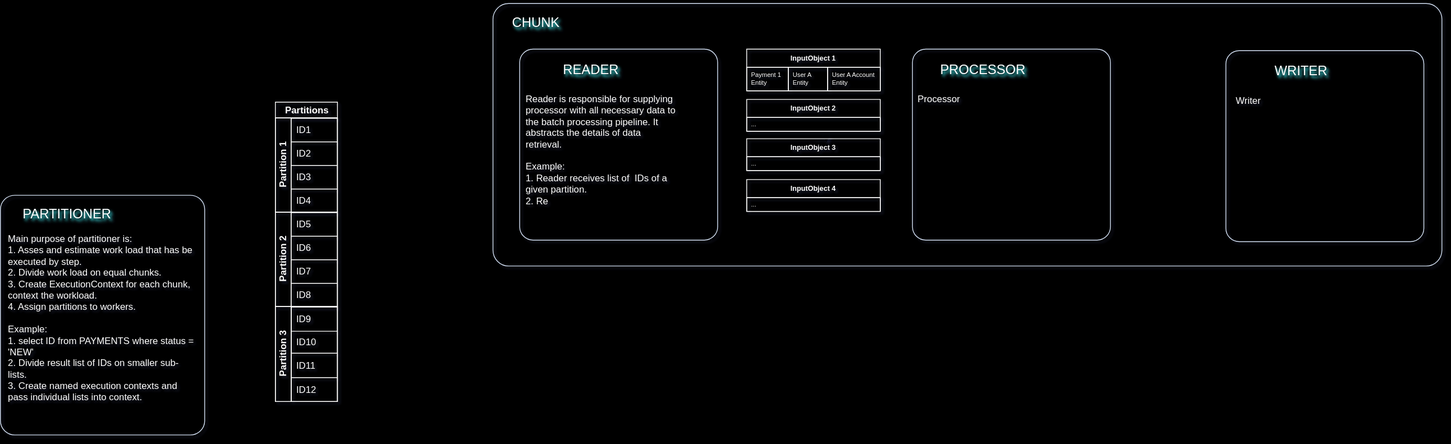
This is public/images/spring-batch-data-flow.drawio.svg from gsaukov/spring-batch-demo, a draw.io export, as it was before one commit. Source tidied: cells renumbered, new cells last; positions are measured from the earlier drawing's top-left corner, leaving out a move shared by most shapes.
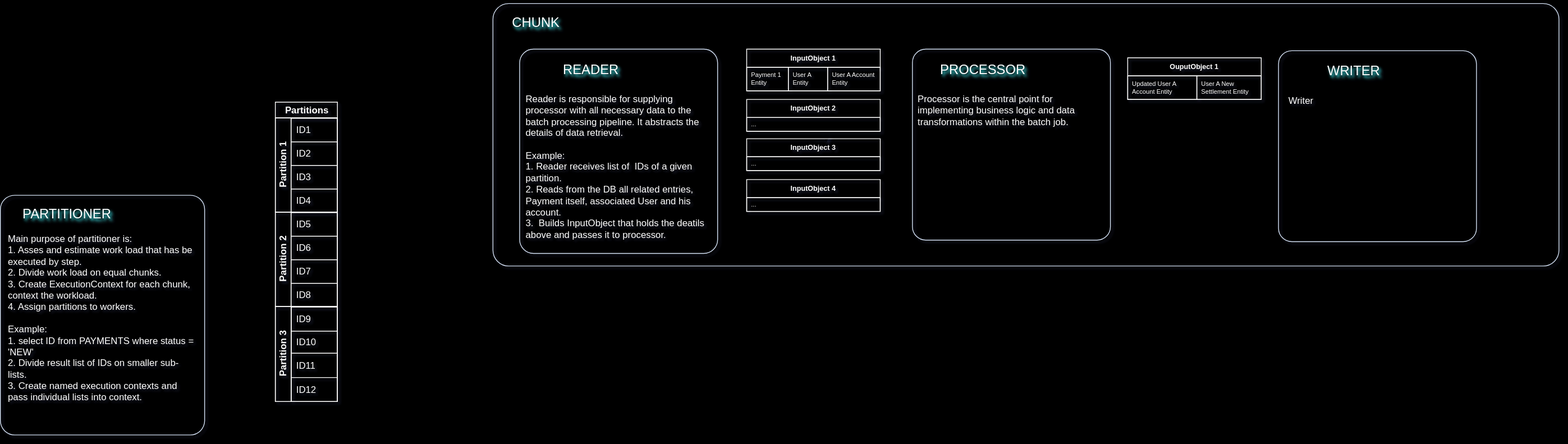
The same diagram one commit later.

The edit, as a diff of the source:
```diff
@@ -2,8 +2,11 @@
   <root>
     <mxCell id="0" />
     <mxCell id="1" parent="0" />
+    <mxCell id="25" style="rounded=1;whiteSpace=wrap;html=1;shadow=0;arcSize=7;fillColor=none;glass=0;perimeterSpacing=0;labelBorderColor=none;shadowOffsetX=2;shadowOpacity=80;shadowColor=#33FFFF;strokeColor=#D4E1F5;strokeWidth=1;shadowBlur=1;shadowOffsetY=2;" parent="1" vertex="1">
+      <mxGeometry x="1161" y="58" width="252" height="243" as="geometry" />
+    </mxCell>
     <mxCell id="2" style="rounded=1;whiteSpace=wrap;html=1;shadow=0;arcSize=6;fillColor=none;glass=0;perimeterSpacing=0;labelBorderColor=none;shadowOffsetX=2;shadowOpacity=80;shadowColor=#33FFFF;strokeColor=#D4E1F5;strokeWidth=1;shadowBlur=1;" parent="1" vertex="1">
-      <mxGeometry x="627" width="1208" height="334" as="geometry" />
+      <mxGeometry x="627" width="1357" height="334" as="geometry" />
     </mxCell>
     <mxCell id="3" style="rounded=1;whiteSpace=wrap;html=1;shadow=0;arcSize=7;fillColor=none;glass=0;perimeterSpacing=0;labelBorderColor=none;shadowOffsetX=2;shadowOpacity=80;shadowColor=#33FFFF;strokeColor=#D4E1F5;strokeWidth=1;shadowBlur=1;shadowOffsetY=2;" parent="1" vertex="1">
       <mxGeometry y="244" width="260" height="305" as="geometry" />
@@ -17,14 +20,14 @@
     <mxCell id="6" value="PROCESSOR" style="text;html=1;strokeColor=none;fillColor=none;align=center;verticalAlign=middle;whiteSpace=wrap;rounded=0;shadow=1;sketch=0;shadowColor=#33FFFF;textShadow=1;fontColor=#FFFFFF;shadowOpacity=80;fontSize=17;" parent="1" vertex="1">
       <mxGeometry x="1195.5" y="60" width="110" height="50" as="geometry" />
     </mxCell>
-    <mxCell id="7" value="&lt;p style=&quot;margin-top: 0px; margin-bottom: 0px;&quot;&gt;Processor&lt;br&gt;&lt;/p&gt;" style="text;html=1;whiteSpace=wrap;overflow=hidden;rounded=0;fontColor=#FFFFFF;spacing=0;" parent="1" vertex="1">
-      <mxGeometry x="1168" y="110" width="171" height="89" as="geometry" />
+    <mxCell id="7" value="&lt;p style=&quot;margin-top: 0px; margin-bottom: 0px;&quot;&gt;Processor is th&lt;span style=&quot;background-color: initial;&quot;&gt;e central point for implementing business logic and data transformations within the batch job.&lt;/span&gt;&lt;br&gt;&lt;/p&gt;" style="text;html=1;whiteSpace=wrap;overflow=hidden;rounded=0;fontColor=#FFFFFF;spacing=0;" parent="1" vertex="1">
+      <mxGeometry x="1168" y="110" width="234" height="177" as="geometry" />
     </mxCell>
     <mxCell id="8" value="WRITER" style="text;html=1;strokeColor=none;fillColor=none;align=center;verticalAlign=middle;whiteSpace=wrap;rounded=0;shadow=1;sketch=0;shadowColor=#33FFFF;textShadow=1;fontColor=#FFFFFF;shadowOpacity=80;fontSize=17;" parent="1" vertex="1">
-      <mxGeometry x="1600.5" y="62" width="110" height="50" as="geometry" />
+      <mxGeometry x="1667.5" y="62" width="110" height="50" as="geometry" />
     </mxCell>
     <mxCell id="9" value="&lt;p style=&quot;margin-top: 0px; margin-bottom: 0px;&quot;&gt;Writer&lt;br&gt;&lt;/p&gt;&lt;p style=&quot;margin-top: 0px; margin-bottom: 0px;&quot;&gt;&lt;br&gt;&lt;/p&gt;" style="text;html=1;whiteSpace=wrap;overflow=hidden;rounded=0;fontColor=#FFFFFF;spacing=0;" parent="1" vertex="1">
-      <mxGeometry x="1573" y="112" width="171" height="80" as="geometry" />
+      <mxGeometry x="1640" y="112" width="171" height="80" as="geometry" />
     </mxCell>
     <mxCell id="10" value="CHUNK" style="text;html=1;strokeColor=none;fillColor=none;align=center;verticalAlign=middle;whiteSpace=wrap;rounded=0;shadow=1;sketch=0;shadowColor=#33FFFF;textShadow=1;fontColor=#FFFFFF;shadowOpacity=80;fontSize=17;" parent="1" vertex="1">
       <mxGeometry x="627" width="110" height="50" as="geometry" />
@@ -71,11 +74,8 @@
     <mxCell id="24" value="ID12" style="shape=partialRectangle;html=1;whiteSpace=wrap;strokeColor=inherit;overflow=hidden;fillColor=none;top=0;left=0;bottom=0;right=0;fontSize=12;align=left;spacingLeft=5;fontColor=#FFFFFF;" parent="23" vertex="1">
       <mxGeometry width="59" height="31" as="geometry" />
     </mxCell>
-    <mxCell id="25" style="rounded=1;whiteSpace=wrap;html=1;shadow=0;arcSize=7;fillColor=none;glass=0;perimeterSpacing=0;labelBorderColor=none;shadowOffsetX=2;shadowOpacity=80;shadowColor=#33FFFF;strokeColor=#D4E1F5;strokeWidth=1;shadowBlur=1;shadowOffsetY=2;" parent="1" vertex="1">
-      <mxGeometry x="1161" y="58" width="252" height="243" as="geometry" />
-    </mxCell>
     <mxCell id="26" style="rounded=1;whiteSpace=wrap;html=1;shadow=0;arcSize=7;fillColor=none;glass=0;perimeterSpacing=0;labelBorderColor=none;shadowOffsetX=2;shadowOpacity=80;shadowColor=#33FFFF;strokeColor=#D4E1F5;strokeWidth=1;shadowBlur=1;shadowOffsetY=2;" parent="1" vertex="1">
-      <mxGeometry x="1560" y="60" width="252" height="243" as="geometry" />
+      <mxGeometry x="1627" y="60" width="252" height="243" as="geometry" />
     </mxCell>
     <mxCell id="27" style="shape=table;startSize=0;fontSize=11;fillColor=none;strokeColor=#FFFFFF;fontColor=#FFFFFF;" parent="1" vertex="1">
       <mxGeometry x="370" y="146" width="59" height="240" as="geometry" />
@@ -141,16 +141,16 @@
       <mxGeometry x="103" y="23" width="67" height="30" as="geometry" />
     </mxCell>
     <mxCell id="48" style="group;" parent="1" vertex="1">
-      <mxGeometry x="661" y="58" width="252" height="243" as="geometry" />
+      <mxGeometry x="661" y="58" width="252" height="260" as="geometry" />
     </mxCell>
     <mxCell id="49" style="rounded=1;whiteSpace=wrap;html=1;shadow=0;arcSize=7;fillColor=none;glass=0;perimeterSpacing=0;labelBorderColor=none;shadowOffsetX=2;shadowOpacity=80;shadowColor=#33FFFF;strokeColor=#D4E1F5;strokeWidth=1;shadowBlur=1;shadowOffsetY=2;" parent="48" vertex="1">
-      <mxGeometry width="252" height="243" as="geometry" />
+      <mxGeometry width="252" height="260" as="geometry" />
     </mxCell>
     <mxCell id="50" value="READER" style="text;html=1;strokeColor=none;fillColor=none;align=center;verticalAlign=middle;whiteSpace=wrap;rounded=0;shadow=1;sketch=0;shadowColor=#33FFFF;textShadow=1;fontColor=#FFFFFF;shadowOpacity=80;fontSize=17;" parent="48" vertex="1">
       <mxGeometry x="35.5" y="2" width="110" height="50" as="geometry" />
     </mxCell>
-    <mxCell id="51" value="&lt;p style=&quot;margin-top: 0px; margin-bottom: 0px;&quot;&gt;Reader is responsible for supplying processor with all necessary data to the batch processing pipeline. It abstracts the details of data retrieval.&lt;br&gt;&lt;/p&gt;&lt;p style=&quot;margin-top: 0px; margin-bottom: 0px;&quot;&gt;&lt;br&gt;&lt;/p&gt;&lt;p style=&quot;margin-top: 0px; margin-bottom: 0px;&quot;&gt;Example:&lt;/p&gt;&lt;p style=&quot;margin-top: 0px; margin-bottom: 0px;&quot;&gt;1. Reader receives list of&amp;nbsp; IDs of a given partition.&lt;/p&gt;&lt;p style=&quot;margin-top: 0px; margin-bottom: 0px;&quot;&gt;2. Re&lt;/p&gt;" style="text;html=1;whiteSpace=wrap;overflow=hidden;rounded=0;fontColor=#FFFFFF;spacing=0;" parent="48" vertex="1">
-      <mxGeometry x="8" y="52" width="191" height="178" as="geometry" />
+    <mxCell id="51" value="&lt;p style=&quot;margin-top: 0px; margin-bottom: 0px;&quot;&gt;Reader is responsible for supplying processor with all necessary data to the batch processing pipeline. It abstracts the details of data retrieval.&lt;br&gt;&lt;/p&gt;&lt;p style=&quot;margin-top: 0px; margin-bottom: 0px;&quot;&gt;&lt;br&gt;&lt;/p&gt;&lt;p style=&quot;margin-top: 0px; margin-bottom: 0px;&quot;&gt;Example:&lt;/p&gt;&lt;p style=&quot;margin-top: 0px; margin-bottom: 0px;&quot;&gt;1. Reader receives list of&amp;nbsp; IDs of a given partition.&lt;/p&gt;&lt;p style=&quot;margin-top: 0px; margin-bottom: 0px;&quot;&gt;2. Reads from the DB all related entries, Payment itself, associated User and his account.&lt;/p&gt;&lt;p style=&quot;margin-top: 0px; margin-bottom: 0px;&quot;&gt;3.&amp;nbsp; Builds InputObject that holds the deatils above and passes it to processor.&lt;/p&gt;" style="text;html=1;whiteSpace=wrap;overflow=hidden;rounded=0;fontColor=#FFFFFF;spacing=0;" parent="48" vertex="1">
+      <mxGeometry x="8" y="52" width="234" height="201" as="geometry" />
     </mxCell>
     <mxCell id="52" style="edgeStyle=orthogonalEdgeStyle;rounded=0;orthogonalLoop=1;jettySize=auto;html=1;exitX=0.5;exitY=1;exitDx=0;exitDy=0;" parent="1" edge="1">
       <mxGeometry relative="1" as="geometry">
@@ -176,5 +176,14 @@
     <mxCell id="58" value="..." style="text;strokeColor=#FFFFFF;fillColor=none;align=left;verticalAlign=middle;spacingLeft=4;spacingRight=4;overflow=hidden;whiteSpace=wrap;html=1;fontColor=#FFFFFF;fontSize=8;" parent="57" vertex="1">
       <mxGeometry y="23" width="170" height="17.5" as="geometry" />
     </mxCell>
+    <mxCell id="59" value="OuputObject 1" style="swimlane;fontColor=#FFFFFF;strokeColor=#FFFFFF;fillColor=none;fontSize=9;" parent="1" vertex="1">
+      <mxGeometry x="1435" y="69" width="170" height="53" as="geometry" />
+    </mxCell>
+    <mxCell id="60" value="Updated User A Account Entity" style="text;strokeColor=#FFFFFF;fillColor=none;align=left;verticalAlign=middle;spacingLeft=4;spacingRight=4;overflow=hidden;whiteSpace=wrap;html=1;fontColor=#FFFFFF;fontSize=8;" parent="59" vertex="1">
+      <mxGeometry y="23" width="88" height="30" as="geometry" />
+    </mxCell>
+    <mxCell id="61" value="User A New Settlement Entity" style="text;strokeColor=#FFFFFF;fillColor=none;align=left;verticalAlign=middle;spacingLeft=4;spacingRight=4;overflow=hidden;whiteSpace=wrap;html=1;fontColor=#FFFFFF;fontSize=8;" parent="1" vertex="1">
+      <mxGeometry x="1523" y="92" width="82" height="30" as="geometry" />
+    </mxCell>
   </root>
 </mxGraphModel>
```
